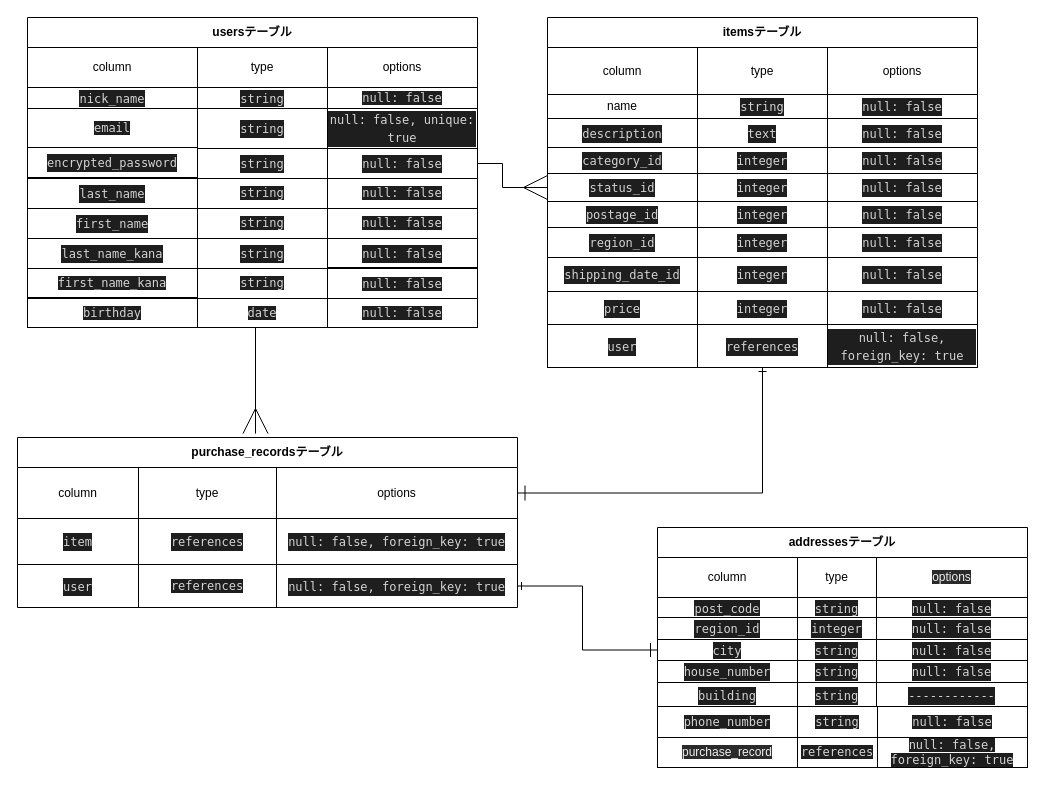
Earlier version of the draw.io diagram test.dio (Evoke0118/furima-32390). Source tidied: cells renumbered, new cells numbered last; positions are measured from the earlier drawing's top-left corner, leaving out a move shared by most shapes. Both pictures are drawn from the tidied source at 100%, with x=0, y=0 at pixel (17, 17).
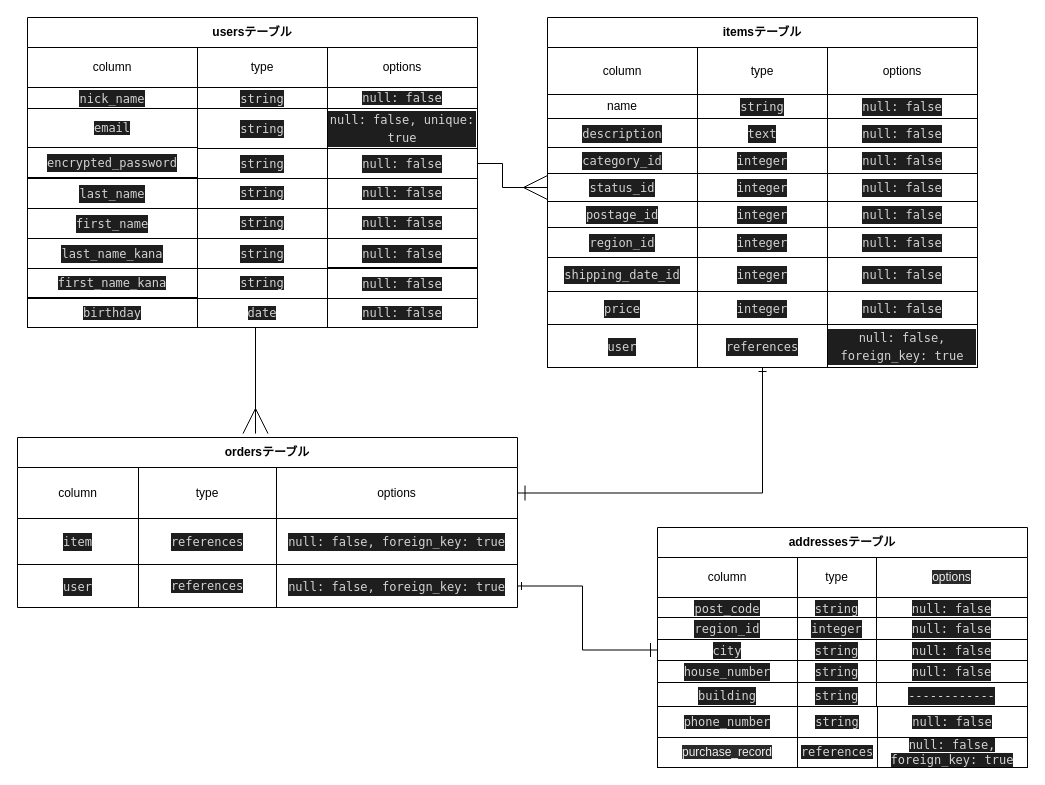
After the change.

The edit, as a diff of the source:
```diff
@@
-    <mxCell id="15" value="purchase_recordsテーブル" style="shape=table;html=1;whiteSpace=wrap;startSize=30;childLayout=tableLayout;fontStyle=1;align=center;" parent="1" vertex="1">
+    <mxCell id="15" value="ordersテーブル" style="shape=table;html=1;whiteSpace=wrap;startSize=30;childLayout=tableLayout;fontStyle=1;align=center;" parent="1" vertex="1">
       <mxGeometry y="420" width="500" height="170" as="geometry" />
     </mxCell>
```
